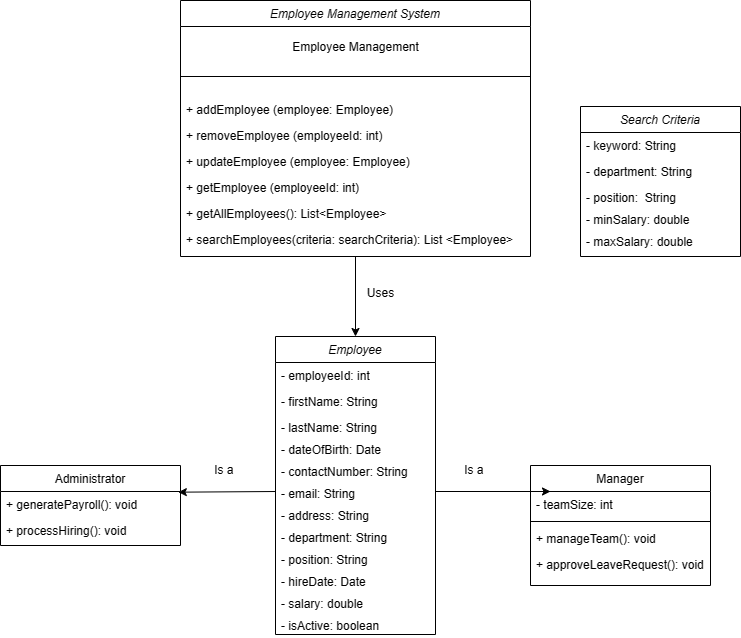
This is Class/classDiagram.drawio.png from ilten22/SAD, a draw.io export, as it was before one commit. Source tidied: cells renumbered, new cells last; positions are measured from the earlier drawing's top-left corner, leaving out a move shared by most shapes.
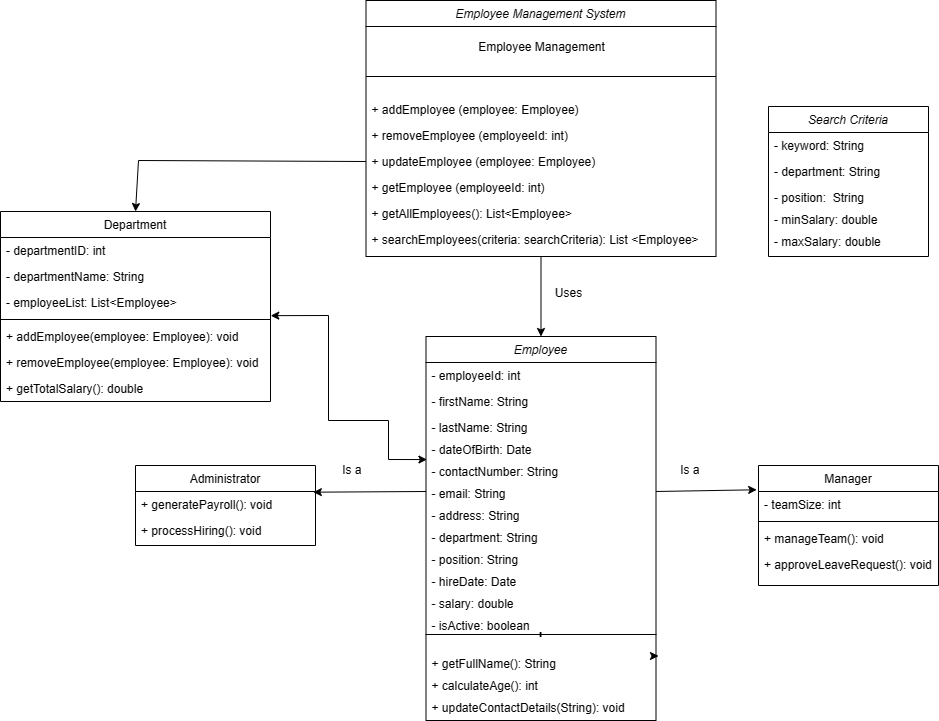
The same file after the commit.

The edit, as a diff of the source:
```diff
@@ -3,7 +3,7 @@
     <mxCell id="0" />
     <mxCell id="1" parent="0" />
     <mxCell id="2" value="Employee Management System" style="swimlane;fontStyle=2;align=center;verticalAlign=top;horizontal=1;startSize=26;rounded=0;shadow=0;strokeWidth=1;" parent="1" vertex="1">
-      <mxGeometry x="180" width="350" height="256" as="geometry" />
+      <mxGeometry x="177.5" width="350" height="256" as="geometry" />
     </mxCell>
     <mxCell id="3" value="Employee Management" style="text;html=1;align=center;verticalAlign=bottom;strokeColor=none;fillColor=none;" parent="2" vertex="1">
       <mxGeometry y="26" width="350" height="30" as="geometry" />
@@ -30,46 +30,46 @@
       <mxGeometry y="226" width="350" height="26" as="geometry" />
     </mxCell>
     <mxCell id="11" value="Employee" style="swimlane;fontStyle=2;align=center;verticalAlign=top;horizontal=1;startSize=26;rounded=0;shadow=0;strokeWidth=1;" parent="1" vertex="1">
-      <mxGeometry x="275" y="336" width="160" height="298" as="geometry" />
+      <mxGeometry x="237.5" y="336" width="230" height="298" as="geometry" />
     </mxCell>
     <mxCell id="12" value="- employeeId: int" style="text;align=left;verticalAlign=top;spacingLeft=4;spacingRight=4;overflow=hidden;" parent="11" vertex="1">
-      <mxGeometry y="26" width="160" height="26" as="geometry" />
+      <mxGeometry y="26" width="230" height="26" as="geometry" />
     </mxCell>
     <mxCell id="13" value="- firstName: String" style="text;align=left;verticalAlign=top;spacingLeft=4;spacingRight=4;overflow=hidden;rounded=0;shadow=0;html=0;" parent="11" vertex="1">
-      <mxGeometry y="52" width="160" height="26" as="geometry" />
+      <mxGeometry y="52" width="230" height="26" as="geometry" />
     </mxCell>
     <mxCell id="14" value="- lastName: String&#10;" style="text;align=left;verticalAlign=top;spacingLeft=4;spacingRight=4;overflow=hidden;rounded=0;shadow=0;html=0;" parent="11" vertex="1">
-      <mxGeometry y="78" width="160" height="22" as="geometry" />
+      <mxGeometry y="78" width="230" height="22" as="geometry" />
     </mxCell>
     <mxCell id="15" value="- dateOfBirth: Date&#10;" style="text;align=left;verticalAlign=top;spacingLeft=4;spacingRight=4;overflow=hidden;rounded=0;shadow=0;html=0;" parent="11" vertex="1">
-      <mxGeometry y="100" width="160" height="22" as="geometry" />
+      <mxGeometry y="100" width="230" height="22" as="geometry" />
     </mxCell>
     <mxCell id="16" value="- contactNumber: String&#10;" style="text;align=left;verticalAlign=top;spacingLeft=4;spacingRight=4;overflow=hidden;points=[[0,0.5],[1,0.5]];portConstraint=eastwest;rounded=0;shadow=0;html=0;" parent="11" vertex="1">
-      <mxGeometry y="122" width="160" height="22" as="geometry" />
+      <mxGeometry y="122" width="230" height="22" as="geometry" />
     </mxCell>
     <mxCell id="17" value="- email: String&#10;" style="text;align=left;verticalAlign=top;spacingLeft=4;spacingRight=4;overflow=hidden;points=[[0,0.5],[1,0.5]];portConstraint=eastwest;rounded=0;shadow=0;html=0;" parent="11" vertex="1">
-      <mxGeometry y="144" width="160" height="22" as="geometry" />
+      <mxGeometry y="144" width="230" height="22" as="geometry" />
     </mxCell>
     <mxCell id="18" value="- address: String&#10;" style="text;align=left;verticalAlign=top;spacingLeft=4;spacingRight=4;overflow=hidden;rounded=0;shadow=0;html=0;" parent="11" vertex="1">
-      <mxGeometry y="166" width="160" height="22" as="geometry" />
+      <mxGeometry y="166" width="230" height="22" as="geometry" />
     </mxCell>
     <mxCell id="19" value="- department: String&#10;" style="text;align=left;verticalAlign=top;spacingLeft=4;spacingRight=4;overflow=hidden;rounded=0;shadow=0;html=0;" parent="11" vertex="1">
-      <mxGeometry y="188" width="160" height="22" as="geometry" />
+      <mxGeometry y="188" width="230" height="22" as="geometry" />
     </mxCell>
     <mxCell id="20" value="- position: String&#10;" style="text;align=left;verticalAlign=top;spacingLeft=4;spacingRight=4;overflow=hidden;rounded=0;shadow=0;html=0;" parent="11" vertex="1">
-      <mxGeometry y="210" width="160" height="22" as="geometry" />
+      <mxGeometry y="210" width="230" height="22" as="geometry" />
     </mxCell>
     <mxCell id="21" value="- hireDate: Date&#10;" style="text;align=left;verticalAlign=top;spacingLeft=4;spacingRight=4;overflow=hidden;rounded=0;shadow=0;html=0;" parent="11" vertex="1">
-      <mxGeometry y="232" width="160" height="22" as="geometry" />
+      <mxGeometry y="232" width="230" height="22" as="geometry" />
     </mxCell>
     <mxCell id="22" value="- salary: double&#10;" style="text;align=left;verticalAlign=top;spacingLeft=4;spacingRight=4;overflow=hidden;rounded=0;shadow=0;html=0;" parent="11" vertex="1">
-      <mxGeometry y="254" width="160" height="22" as="geometry" />
+      <mxGeometry y="254" width="230" height="22" as="geometry" />
     </mxCell>
     <mxCell id="23" value="- isActive: boolean&#10;" style="text;align=left;verticalAlign=top;spacingLeft=4;spacingRight=4;overflow=hidden;rounded=0;shadow=0;html=0;" parent="11" vertex="1">
-      <mxGeometry y="276" width="160" height="22" as="geometry" />
+      <mxGeometry y="276" width="230" height="22" as="geometry" />
     </mxCell>
     <mxCell id="24" value="Manager" style="swimlane;fontStyle=0;align=center;verticalAlign=top;horizontal=1;startSize=26;rounded=0;shadow=0;strokeWidth=1;" parent="1" vertex="1">
-      <mxGeometry x="530" y="465" width="180" height="120" as="geometry" />
+      <mxGeometry x="570" y="465" width="180" height="120" as="geometry" />
     </mxCell>
     <mxCell id="25" value="- teamSize: int" style="text;align=left;verticalAlign=top;spacingLeft=4;spacingRight=4;overflow=hidden;points=[[0,0.5],[1,0.5]];portConstraint=eastwest;" parent="24" vertex="1">
       <mxGeometry y="26" width="180" height="26" as="geometry" />
@@ -86,16 +86,14 @@
     <mxCell id="29" style="endArrow=classic;html=1;rounded=0;exitX=0.5;exitY=1;exitDx=0;exitDy=0;entryX=0.5;entryY=0;entryDx=0;entryDy=0;" parent="1" edge="1" source="2" target="11">
       <mxGeometry relative="1" as="geometry" />
     </mxCell>
-    <mxCell id="30" style="endArrow=classic;html=1;rounded=0;exitX=1;exitY=0.5;exitDx=0;exitDy=0;" parent="1" edge="1" source="17">
-      <mxGeometry relative="1" as="geometry">
-        <mxPoint x="550" y="491" as="targetPoint" />
-      </mxGeometry>
+    <mxCell id="30" style="endArrow=classic;html=1;rounded=0;exitX=1;exitY=0.5;exitDx=0;exitDy=0;entryX=-0.01;entryY=-0.066;entryDx=0;entryDy=0;entryPerimeter=0;" parent="1" edge="1" source="17" target="25">
+      <mxGeometry relative="1" as="geometry" />
     </mxCell>
     <mxCell id="31" style="endArrow=classic;html=1;rounded=0;exitX=0;exitY=0.5;exitDx=0;exitDy=0;entryX=0.988;entryY=0.026;entryDx=0;entryDy=0;entryPerimeter=0;" parent="1" edge="1" source="17" target="33">
       <mxGeometry relative="1" as="geometry" />
     </mxCell>
     <mxCell id="32" value="Administrator" style="swimlane;fontStyle=0;align=center;verticalAlign=top;horizontal=1;startSize=26;rounded=0;shadow=0;strokeWidth=1;" parent="1" vertex="1">
-      <mxGeometry y="465" width="180" height="80" as="geometry" />
+      <mxGeometry x="-53" y="465" width="180" height="80" as="geometry" />
     </mxCell>
     <mxCell id="33" value="+ generatePayroll(): void" style="text;align=left;verticalAlign=top;spacingLeft=4;spacingRight=4;overflow=hidden;points=[[0,0.5],[1,0.5]];portConstraint=eastwest;" parent="32" vertex="1">
       <mxGeometry y="26" width="180" height="26" as="geometry" />
@@ -122,13 +120,71 @@
       <mxGeometry y="122" width="160" height="22" as="geometry" />
     </mxCell>
     <mxCell id="41" value="Is a&amp;nbsp;" style="text;html=1;align=center;verticalAlign=middle;strokeColor=none;fillColor=none;" parent="1" vertex="1">
-      <mxGeometry x="450" y="455" width="50" height="30" as="geometry" />
+      <mxGeometry x="477.5" y="455" width="50" height="30" as="geometry" />
     </mxCell>
     <mxCell id="42" value="Is a&amp;nbsp;" style="text;html=1;align=center;verticalAlign=middle;strokeColor=none;fillColor=none;" parent="1" vertex="1">
-      <mxGeometry x="200" y="455" width="50" height="30" as="geometry" />
+      <mxGeometry x="140" y="455" width="50" height="30" as="geometry" />
     </mxCell>
     <mxCell id="43" value="Uses" style="text;html=1;align=center;verticalAlign=middle;strokeColor=none;fillColor=none;" parent="1" vertex="1">
       <mxGeometry x="355" y="278" width="50" height="30" as="geometry" />
     </mxCell>
+    <mxCell id="44" value="Department" style="swimlane;fontStyle=0;align=center;verticalAlign=top;horizontal=1;startSize=26;rounded=0;shadow=0;strokeWidth=1;" parent="1" vertex="1">
+      <mxGeometry x="-188" y="211" width="270" height="190" as="geometry" />
+    </mxCell>
+    <mxCell id="45" value="- departmentID: int&#10;" style="text;align=left;verticalAlign=top;spacingLeft=4;spacingRight=4;overflow=hidden;" parent="44" vertex="1">
+      <mxGeometry y="26" width="270" height="26" as="geometry" />
+    </mxCell>
+    <mxCell id="46" value="- departmentName: String" style="text;align=left;verticalAlign=top;spacingLeft=4;spacingRight=4;overflow=hidden;" parent="44" vertex="1">
+      <mxGeometry y="52" width="270" height="26" as="geometry" />
+    </mxCell>
+    <mxCell id="47" value="- employeeList: List&lt;Employee&gt;" style="text;align=left;verticalAlign=top;spacingLeft=4;spacingRight=4;overflow=hidden;" parent="44" vertex="1">
+      <mxGeometry y="78" width="270" height="26" as="geometry" />
+    </mxCell>
+    <mxCell id="48" style="line;html=1;strokeWidth=1;align=left;verticalAlign=middle;spacingTop=-1;spacingLeft=3;spacingRight=3;labelPosition=right;points=[];portConstraint=eastwest;" parent="44" vertex="1">
+      <mxGeometry y="104" width="270" height="8" as="geometry" />
+    </mxCell>
+    <mxCell id="49" value="+ addEmployee(employee: Employee): void" style="text;align=left;verticalAlign=top;spacingLeft=4;spacingRight=4;overflow=hidden;" parent="44" vertex="1">
+      <mxGeometry y="112" width="270" height="26" as="geometry" />
+    </mxCell>
+    <mxCell id="50" value="+ removeEmployee(employee: Employee): void" style="text;align=left;verticalAlign=top;spacingLeft=4;spacingRight=4;overflow=hidden;" parent="44" vertex="1">
+      <mxGeometry y="138" width="270" height="26" as="geometry" />
+    </mxCell>
+    <mxCell id="51" value="+ getTotalSalary(): double" style="text;align=left;verticalAlign=top;spacingLeft=4;spacingRight=4;overflow=hidden;" parent="44" vertex="1">
+      <mxGeometry y="164" width="270" height="26" as="geometry" />
+    </mxCell>
+    <mxCell id="52" style="endArrow=classic;html=1;rounded=0;exitX=0;exitY=0.5;exitDx=0;exitDy=0;entryX=0.5;entryY=0;entryDx=0;entryDy=0;" parent="1" edge="1" source="7" target="44">
+      <mxGeometry relative="1" as="geometry">
+        <Array as="points">
+          <mxPoint x="-50" y="160" />
+        </Array>
+      </mxGeometry>
+    </mxCell>
+    <mxCell id="53" style="edgeStyle=orthogonalEdgeStyle;rounded=0;jettySize=auto;html=1;exitX=1;exitY=0.25;exitDx=0;exitDy=0;" parent="1" edge="1" source="54">
+      <mxGeometry relative="1" as="geometry">
+        <mxPoint x="470" y="655.7" as="targetPoint" />
+      </mxGeometry>
+    </mxCell>
+    <mxCell id="54" value="+" style="swimlane;startSize=0;" parent="1" vertex="1">
+      <mxGeometry x="237.5" y="634" width="230" height="86" as="geometry" />
+    </mxCell>
+    <mxCell id="55" value="+ getFullName(): String" style="text;align=left;verticalAlign=top;spacingLeft=4;spacingRight=4;overflow=hidden;rounded=0;shadow=0;html=0;" parent="54" vertex="1">
+      <mxGeometry y="16" width="170" height="22" as="geometry" />
+    </mxCell>
+    <mxCell id="56" value="+ calculateAge(): int" style="text;align=left;verticalAlign=top;spacingLeft=4;spacingRight=4;overflow=hidden;rounded=0;shadow=0;html=0;" parent="54" vertex="1">
+      <mxGeometry y="38" width="170" height="22" as="geometry" />
+    </mxCell>
+    <mxCell id="57" value="+ updateContactDetails(String): void" style="text;align=left;verticalAlign=top;spacingLeft=4;spacingRight=4;overflow=hidden;rounded=0;shadow=0;html=0;" parent="54" vertex="1">
+      <mxGeometry y="60" width="280" height="22" as="geometry" />
+    </mxCell>
+    <mxCell id="58" style="endArrow=classic;startArrow=classic;html=1;rounded=0;exitX=1.001;exitY=0.018;exitDx=0;exitDy=0;exitPerimeter=0;entryX=0.004;entryY=0.048;entryDx=0;entryDy=0;entryPerimeter=0;" parent="1" edge="1" source="48" target="16">
+      <mxGeometry relative="1" as="geometry">
+        <Array as="points">
+          <mxPoint x="140" y="315" />
+          <mxPoint x="140" y="420" />
+          <mxPoint x="200" y="420" />
+          <mxPoint x="200" y="459" />
+        </Array>
+      </mxGeometry>
+    </mxCell>
   </root>
 </mxGraphModel>
```
